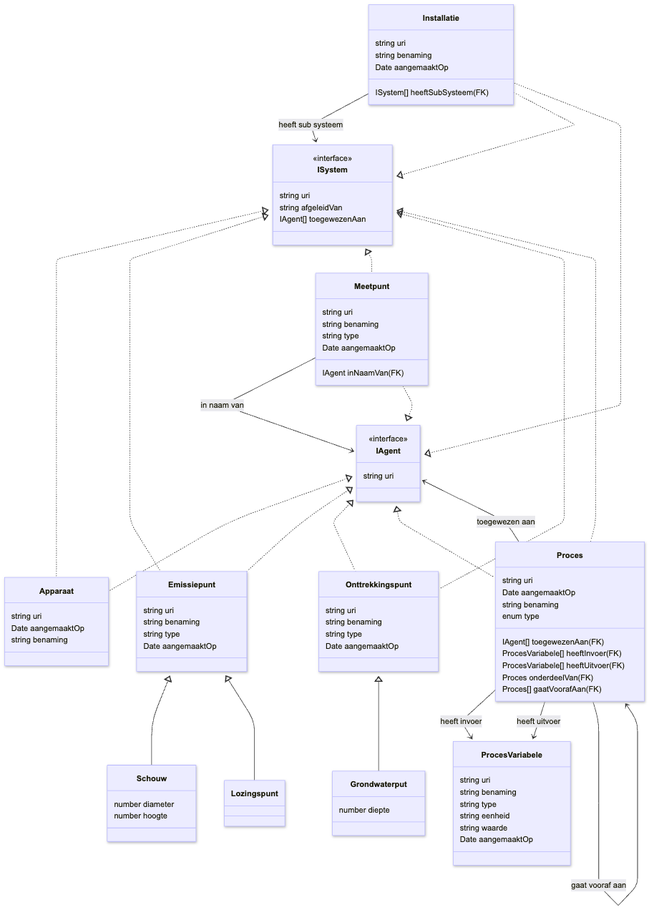
Above: documentatie/bin/model-generator/output/Class-generated-mini.png in milieuinfo/RIE-IEPR (Mermaid), before the change. Its source is kept beside it as documentatie/bin/model-generator/output/Class-generated-mini.mmd.
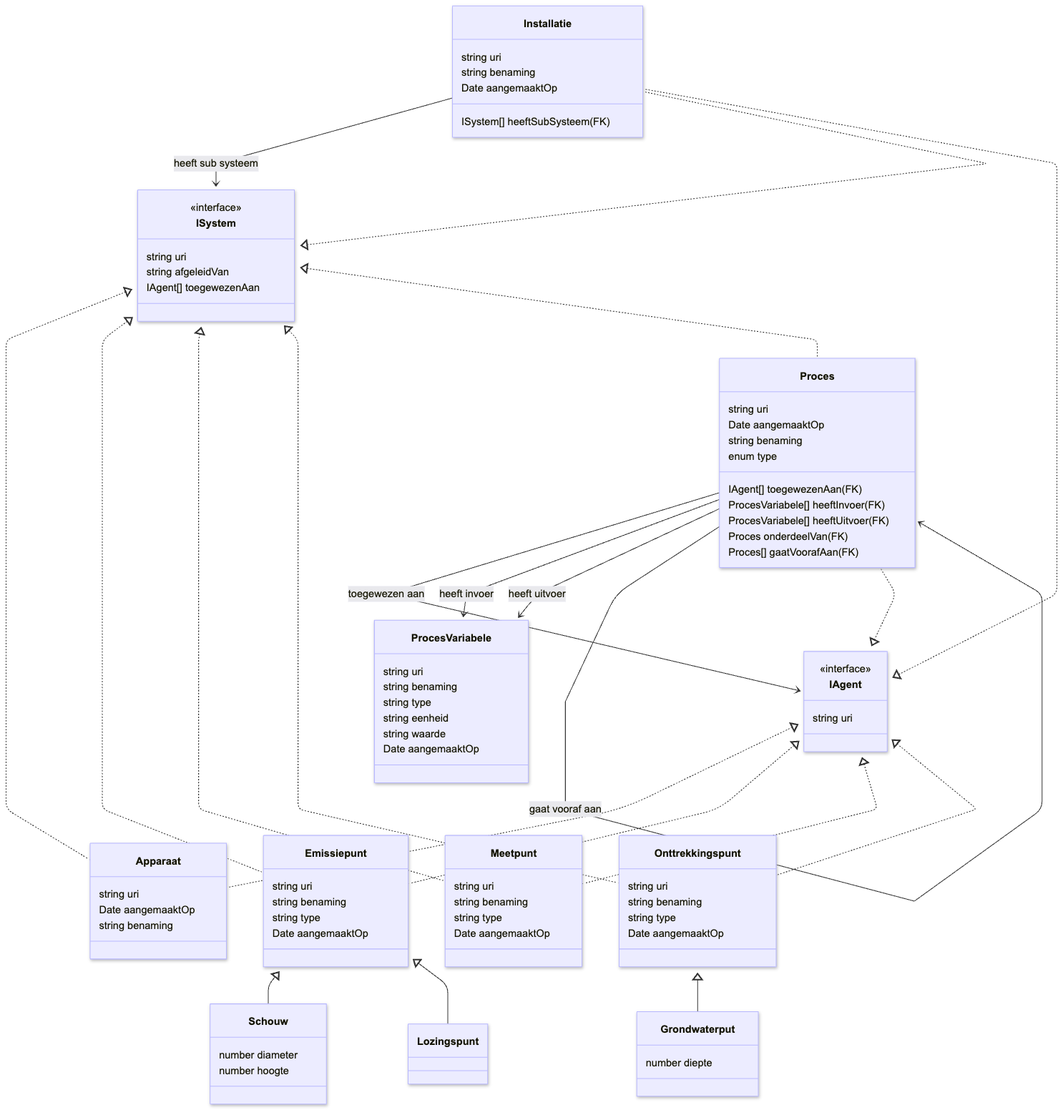
Later version of the same file.

Change to the diagram source:
```diff
@@ -31,7 +31,6 @@
         string benaming
         string type
         Date aangemaaktOp
-        IAgent inNaamVan (FK)
     }
     class Onttrekkingspunt {
         string uri
@@ -94,4 +93,3 @@
     Proces --> Proces : onderdeel van
     Proces --> Proces : gaat vooraf aan
     Installatie --> ISystem : heeft sub systeem
-    Meetpunt --> IAgent : in naam van
```
